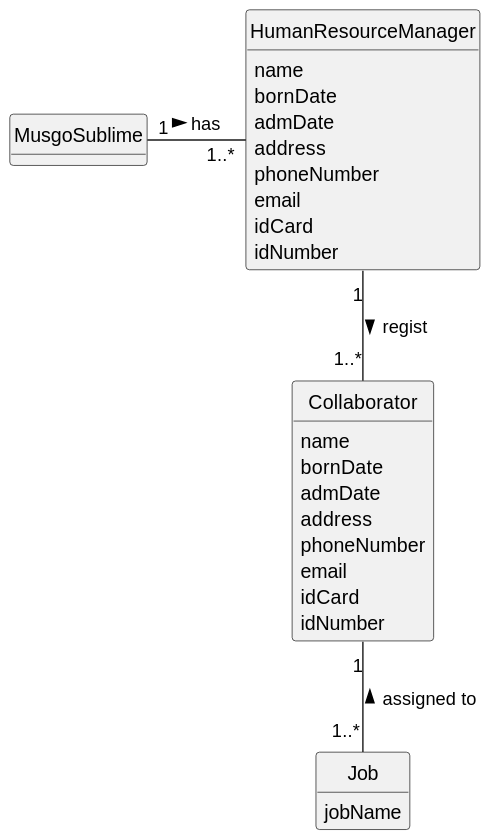
1231360-ISEP/lei-24-s2-1db-g021 keeps this PlantUML diagram as docs/sprint2/us003/02.analysis/svg/us003-domain-model.svg. Above is the earlier version. Its diagram source:
```plantuml
@startuml
skinparam monochrome true
skinparam packageStyle rectangle
skinparam shadowing false

skinparam classAttributeIconSize 0

hide circle
hide methods

class MusgoSublime {
}

class HumanResourceManager {
    name
    bornDate
    admDate
    address
    phoneNumber
    email
    idCard
    idNumber
}

class Collaborator {
    name
    bornDate
    admDate
    address
    phoneNumber
    email
    idCard
    idNumber
}

class Job {
    jobName
}

MusgoSublime "1" - "1..*" HumanResourceManager: has >
HumanResourceManager "1" -- "1..*" Collaborator : regist >
Collaborator "1" -- "1..*" Job : assigned to <
@enduml
```
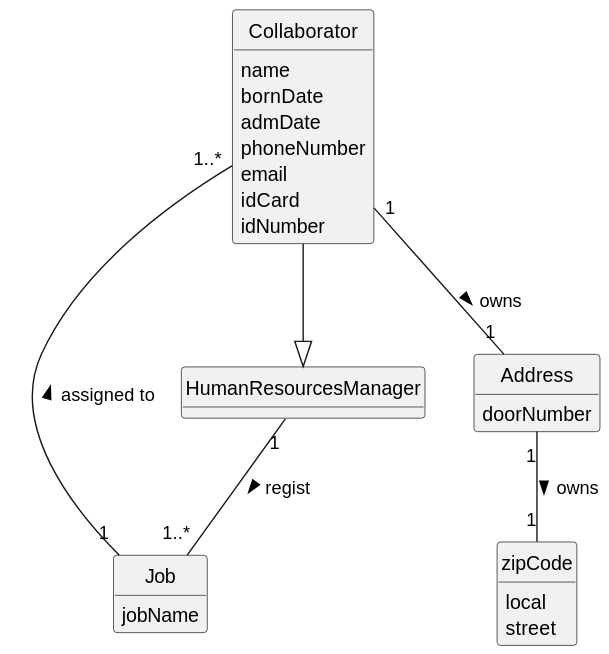
After the commit.

The edit, as a diff of the source:
```diff
@@ -8,25 +8,12 @@
 hide circle
 hide methods
 
-class MusgoSublime {
-}
-
-class HumanResourceManager {
-    name
-    bornDate
-    admDate
-    address
-    phoneNumber
-    email
-    idCard
-    idNumber
-}
+class HumanResourcesManager {}
 
 class Collaborator {
     name
     bornDate
     admDate
-    address
     phoneNumber
     email
     idCard
@@ -37,7 +24,19 @@
     jobName
 }
 
-MusgoSublime "1" - "1..*" HumanResourceManager: has >
-HumanResourceManager "1" -- "1..*" Collaborator : regist >
-Collaborator "1" -- "1..*" Job : assigned to <
+class Address {
+    doorNumber
+}
+
+class zipCode {
+    local
+    street
+}
+
+
+Collaborator --|> HumanResourcesManager
+Collaborator "1..*" - "1" Job: assigned to <
+HumanResourcesManager "1" -- "1..*" Job : regist >
+Collaborator "1" -- "1" Address: owns >
+Address "1" -- "1" zipCode : owns >
 @enduml
```
